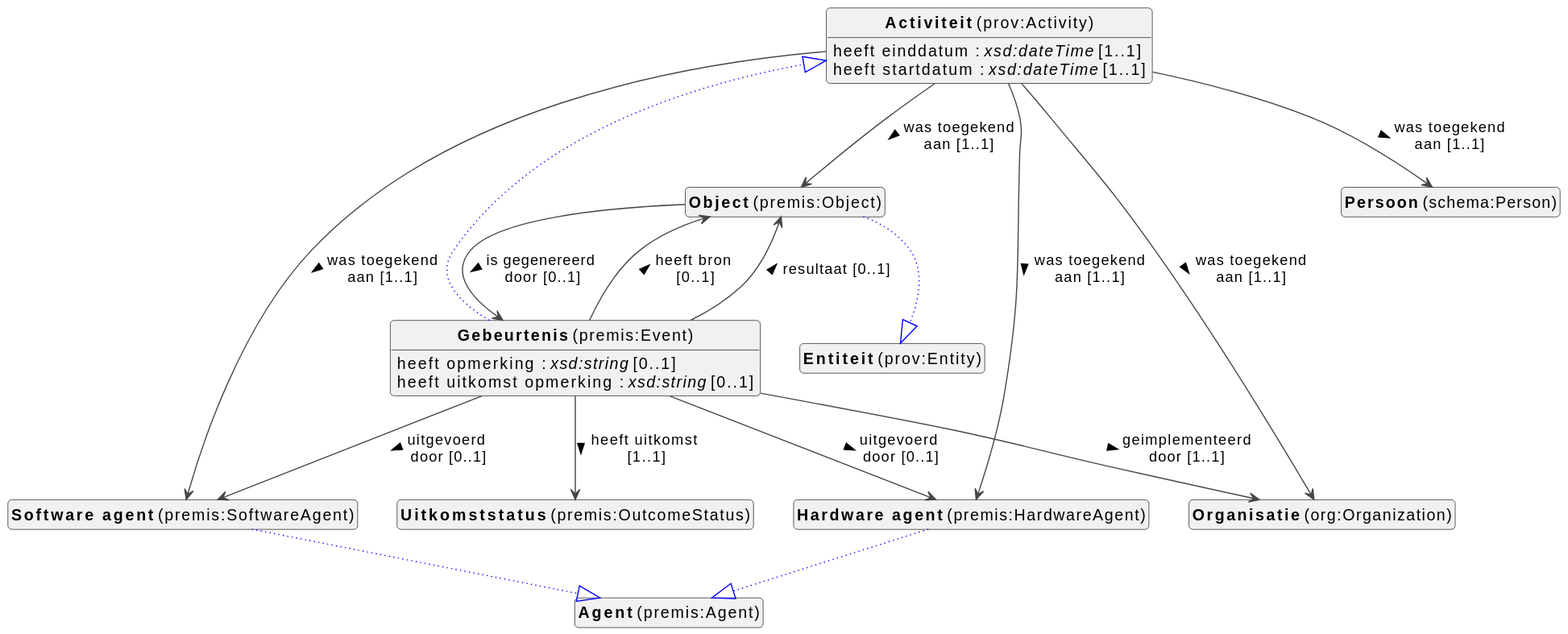
Earlier version of the PlantUML export docs/metadata/modellen/0.0.1/events/nl/events-diagram.svg (viaacode/documentation-jekyll).
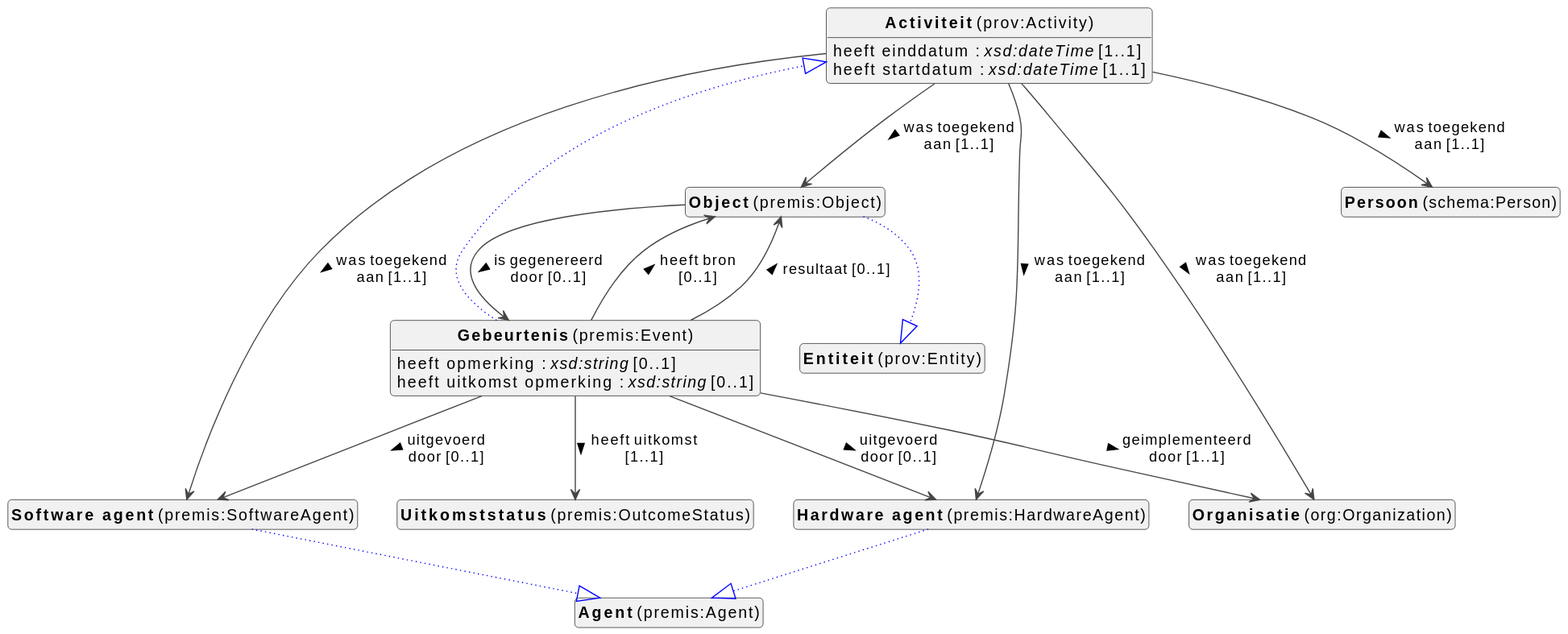
After the commit.

What changed in the source:
```diff
@@ -13,8 +13,8 @@
 class "<b>Activiteit</b> (prov:Activity)" as prov_Activity [[#prov%3AActivity]]
 class "<b>Object</b> (premis:Object)" as premis_Object [[#premis%3AObject]]
 class "<b>Entiteit</b> (prov:Entity)" as prov_Entity [[#prov%3AEntity]]
+class "<b>Uitkomststatus</b> (premis:OutcomeStatus)" as premis_OutcomeStatus [[#premis%3AOutcomeStatus]]
 class "<b>Persoon</b> (schema:Person)" as schema_Person [[#schema%3APerson]]
-class "<b>Uitkomststatus</b> (premis:OutcomeStatus)" as premis_OutcomeStatus [[#premis%3AOutcomeStatus]]
 class "<b>Organisatie</b> (org:Organization)" as org_Organization [[#org%3AOrganization]]
 class "<b>Software agent</b> (premis:SoftwareAgent)" as premis_SoftwareAgent [[#premis%3ASoftwareAgent]]
 class "<b>Agent</b> (premis:Agent)" as premis_Agent [[#premis%3AAgent]]
```
